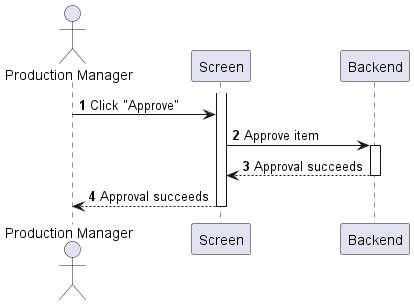
Before: sequences/production-order-approve.png, a diagram exported from PlantUML (phihungha/scmss-reqs). The source it was exported from:
```plantuml
@startuml production-order-approve
autonumber

actor "Production Manager" as a
participant Screen as f
participant Backend as b

activate f
a -> f : Click "Approve"
f -> b : Approve item
activate b
return Approval succeeds
f --> a : Approval succeeds
deactivate f
@enduml
```
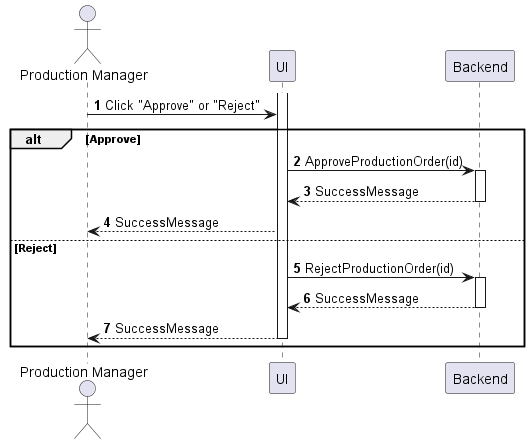
The same diagram one commit later.

Commit message:
Add production sequences

What changed in the source:
```diff
@@ -2,14 +2,23 @@
 autonumber
 
 actor "Production Manager" as a
-participant Screen as f
+participant UI as f
 participant Backend as b
 
 activate f
-a -> f : Click "Approve"
-f -> b : Approve item
-activate b
-return Approval succeeds
-f --> a : Approval succeeds
-deactivate f
+a -> f : Click "Approve" or "Reject"
+
+alt Approve
+    f -> b : ApproveProductionOrder(id)
+    activate b
+    b --> f : SuccessMessage
+    deactivate b
+    f --> a : SuccessMessage
+else Reject
+    f -> b : RejectProductionOrder(id)
+    activate b
+    return SuccessMessage
+    f --> a : SuccessMessage
+    deactivate f
+end
 @enduml
```
